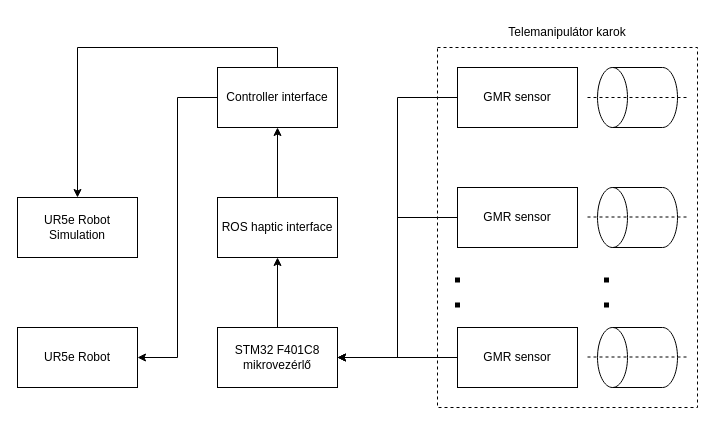
Before: page "1 oldal" (1 of 8) of Thesis/Diploma_thesis/figures/Diagrammok/telemanipulator.drawio in bodnarbe/Diploma_H2JC4M, a draw.io diagram. Source tidied: cells renumbered, new cells numbered last; positions are measured from the earlier drawing's top-left corner, leaving out a move shared by most shapes. Both pictures are drawn from the tidied source at 100%, with x=0, y=0 at pixel (17, 17).
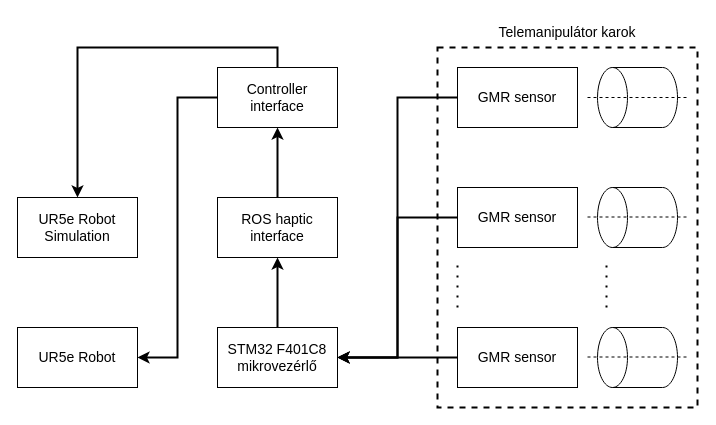
The same page after the edit.

What changed in the source:
```diff
@@
+    <mxCell id="25" style="rounded=0;whiteSpace=wrap;html=1;fillColor=none;dashed=1;fontSize=14;strokeWidth=2;" parent="1" vertex="1">
+      <mxGeometry x="420" y="30" width="260" height="360" as="geometry" />
+    </mxCell>
-    <mxCell id="2" style="edgeStyle=orthogonalEdgeStyle;rounded=0;jettySize=auto;html=1;exitX=0.5;exitY=0;exitDx=0;exitDy=0;entryX=0.5;entryY=1;entryDx=0;entryDy=0;" parent="1" edge="1" source="3" target="16">
+    <mxCell id="2" style="edgeStyle=orthogonalEdgeStyle;rounded=0;jettySize=auto;html=1;exitX=0.5;exitY=0;exitDx=0;exitDy=0;entryX=0.5;entryY=1;entryDx=0;entryDy=0;fontSize=14;strokeWidth=2;" parent="1" edge="1" source="3" target="16">
       <mxGeometry relative="1" as="geometry" />
     </mxCell>
-    <mxCell id="3" value="STM32 F401C8 mikrovezérlő" style="rounded=0;whiteSpace=wrap;html=1;" parent="1" vertex="1">
+    <mxCell id="3" value="STM32 F401C8 mikrovezérlő" style="rounded=0;whiteSpace=wrap;html=1;fontSize=14;" parent="1" vertex="1">
       <mxGeometry x="200" y="310" width="120" height="60" as="geometry" />
     </mxCell>
-    <mxCell id="4" style="edgeStyle=orthogonalEdgeStyle;rounded=0;jettySize=auto;html=1;exitX=0;exitY=0.5;exitDx=0;exitDy=0;entryX=1;entryY=0.5;entryDx=0;entryDy=0;" parent="1" edge="1" source="5" target="3">
+    <mxCell id="4" style="edgeStyle=orthogonalEdgeStyle;rounded=0;jettySize=auto;html=1;exitX=0;exitY=0.5;exitDx=0;exitDy=0;entryX=1;entryY=0.5;entryDx=0;entryDy=0;fontSize=14;strokeWidth=2;" parent="1" edge="1" source="5" target="3">
       <mxGeometry relative="1" as="geometry" />
     </mxCell>
-    <mxCell id="5" value="GMR sensor" style="rounded=0;whiteSpace=wrap;html=1;" parent="1" vertex="1">
+    <mxCell id="5" value="GMR sensor" style="rounded=0;whiteSpace=wrap;html=1;fontSize=14;" parent="1" vertex="1">
       <mxGeometry x="440" y="50" width="120" height="60" as="geometry" />
     </mxCell>
-    <mxCell id="6" style="shape=cylinder3;whiteSpace=wrap;html=1;boundedLbl=1;backgroundOutline=1;size=15;rotation=-90;" parent="1" vertex="1">
+    <mxCell id="6" style="shape=cylinder3;whiteSpace=wrap;html=1;boundedLbl=1;backgroundOutline=1;size=15;rotation=-90;fontSize=14;" parent="1" vertex="1">
       <mxGeometry x="590" y="40" width="60" height="80" as="geometry" />
     </mxCell>
-    <mxCell id="7" style="edgeStyle=orthogonalEdgeStyle;rounded=0;jettySize=auto;html=1;exitX=0;exitY=0.5;exitDx=0;exitDy=0;entryX=1;entryY=0.5;entryDx=0;entryDy=0;" parent="1" edge="1" source="8" target="3">
+    <mxCell id="7" style="edgeStyle=orthogonalEdgeStyle;rounded=0;jettySize=auto;html=1;exitX=0;exitY=0.5;exitDx=0;exitDy=0;entryX=1;entryY=0.5;entryDx=0;entryDy=0;fontSize=14;strokeWidth=2;" parent="1" edge="1" source="8" target="3">
       <mxGeometry relative="1" as="geometry" />
     </mxCell>
-    <mxCell id="8" value="GMR sensor" style="rounded=0;whiteSpace=wrap;html=1;" parent="1" vertex="1">
+    <mxCell id="8" value="GMR sensor" style="rounded=0;whiteSpace=wrap;html=1;fontSize=14;" parent="1" vertex="1">
       <mxGeometry x="440" y="170" width="120" height="60" as="geometry" />
     </mxCell>
-    <mxCell id="9" style="shape=cylinder3;whiteSpace=wrap;html=1;boundedLbl=1;backgroundOutline=1;size=15;rotation=-90;" parent="1" vertex="1">
+    <mxCell id="9" style="shape=cylinder3;whiteSpace=wrap;html=1;boundedLbl=1;backgroundOutline=1;size=15;rotation=-90;fontSize=14;" parent="1" vertex="1">
       <mxGeometry x="590" y="160" width="60" height="80" as="geometry" />
     </mxCell>
-    <mxCell id="10" style="edgeStyle=orthogonalEdgeStyle;rounded=0;jettySize=auto;html=1;exitX=0;exitY=0.5;exitDx=0;exitDy=0;entryX=1;entryY=0.5;entryDx=0;entryDy=0;" parent="1" edge="1" source="11" target="3">
+    <mxCell id="10" style="edgeStyle=orthogonalEdgeStyle;rounded=0;jettySize=auto;html=1;exitX=0;exitY=0.5;exitDx=0;exitDy=0;entryX=1;entryY=0.5;entryDx=0;entryDy=0;fontSize=14;strokeWidth=2;" parent="1" edge="1" source="11" target="3">
       <mxGeometry relative="1" as="geometry" />
     </mxCell>
-    <mxCell id="11" value="GMR sensor" style="rounded=0;whiteSpace=wrap;html=1;" parent="1" vertex="1">
+    <mxCell id="11" value="GMR sensor" style="rounded=0;whiteSpace=wrap;html=1;fontSize=14;" parent="1" vertex="1">
       <mxGeometry x="440" y="310" width="120" height="60" as="geometry" />
     </mxCell>
-    <mxCell id="12" style="shape=cylinder3;whiteSpace=wrap;html=1;boundedLbl=1;backgroundOutline=1;size=15;rotation=-90;" parent="1" vertex="1">
+    <mxCell id="12" style="shape=cylinder3;whiteSpace=wrap;html=1;boundedLbl=1;backgroundOutline=1;size=15;rotation=-90;fontSize=14;" parent="1" vertex="1">
       <mxGeometry x="590" y="300" width="60" height="80" as="geometry" />
     </mxCell>
-    <mxCell id="13" style="endArrow=none;dashed=1;html=1;rounded=0;strokeWidth=5;dashPattern=1 4;" parent="1" edge="1">
+    <mxCell id="13" style="endArrow=none;dashed=1;html=1;rounded=0;strokeWidth=2;dashPattern=1 4;fontSize=14;" parent="1" edge="1">
       <mxGeometry relative="1" as="geometry">
         <mxPoint x="440" y="290" as="sourcePoint" />
         <mxPoint x="440" y="240" as="targetPoint" />
       </mxGeometry>
     </mxCell>
-    <mxCell id="14" style="endArrow=none;dashed=1;html=1;rounded=0;strokeWidth=5;dashPattern=1 4;" parent="1" edge="1">
+    <mxCell id="14" style="endArrow=none;dashed=1;html=1;rounded=0;strokeWidth=2;dashPattern=1 4;fontSize=14;" parent="1" edge="1">
       <mxGeometry relative="1" as="geometry">
         <mxPoint x="589" y="290" as="sourcePoint" />
         <mxPoint x="589" y="240" as="targetPoint" />
       </mxGeometry>
     </mxCell>
-    <mxCell id="15" style="edgeStyle=orthogonalEdgeStyle;rounded=0;jettySize=auto;html=1;exitX=0.5;exitY=0;exitDx=0;exitDy=0;entryX=0.5;entryY=1;entryDx=0;entryDy=0;" parent="1" edge="1" source="16" target="21">
+    <mxCell id="15" style="edgeStyle=orthogonalEdgeStyle;rounded=0;jettySize=auto;html=1;exitX=0.5;exitY=0;exitDx=0;exitDy=0;entryX=0.5;entryY=1;entryDx=0;entryDy=0;fontSize=14;strokeWidth=2;" parent="1" edge="1" source="16" target="21">
       <mxGeometry relative="1" as="geometry" />
     </mxCell>
-    <mxCell id="16" value="ROS haptic interface" style="rounded=0;whiteSpace=wrap;html=1;" parent="1" vertex="1">
+    <mxCell id="16" value="ROS haptic interface" style="rounded=0;whiteSpace=wrap;html=1;fontSize=14;" parent="1" vertex="1">
       <mxGeometry x="200" y="180" width="120" height="60" as="geometry" />
     </mxCell>
-    <mxCell id="17" value="UR5e Robot" style="rounded=0;whiteSpace=wrap;html=1;" parent="1" vertex="1">
+    <mxCell id="17" value="UR5e Robot" style="rounded=0;whiteSpace=wrap;html=1;fontSize=14;" parent="1" vertex="1">
       <mxGeometry y="310" width="120" height="60" as="geometry" />
     </mxCell>
-    <mxCell id="18" value="UR5e Robot Simulation" style="rounded=0;whiteSpace=wrap;html=1;" parent="1" vertex="1">
+    <mxCell id="18" value="UR5e Robot Simulation" style="rounded=0;whiteSpace=wrap;html=1;fontSize=14;" parent="1" vertex="1">
       <mxGeometry y="180" width="120" height="60" as="geometry" />
     </mxCell>
-    <mxCell id="19" style="edgeStyle=orthogonalEdgeStyle;rounded=0;jettySize=auto;html=1;exitX=0;exitY=0.5;exitDx=0;exitDy=0;entryX=1;entryY=0.5;entryDx=0;entryDy=0;" parent="1" edge="1" source="21" target="17">
+    <mxCell id="19" style="edgeStyle=orthogonalEdgeStyle;rounded=0;jettySize=auto;html=1;exitX=0;exitY=0.5;exitDx=0;exitDy=0;entryX=1;entryY=0.5;entryDx=0;entryDy=0;fontSize=14;strokeWidth=2;" parent="1" edge="1" source="21" target="17">
       <mxGeometry relative="1" as="geometry" />
     </mxCell>
-    <mxCell id="20" style="edgeStyle=orthogonalEdgeStyle;rounded=0;jettySize=auto;html=1;exitX=0.5;exitY=0;exitDx=0;exitDy=0;entryX=0.5;entryY=0;entryDx=0;entryDy=0;" parent="1" edge="1" source="21" target="18">
+    <mxCell id="20" style="edgeStyle=orthogonalEdgeStyle;rounded=0;jettySize=auto;html=1;exitX=0.5;exitY=0;exitDx=0;exitDy=0;entryX=0.5;entryY=0;entryDx=0;entryDy=0;fontSize=14;strokeWidth=2;" parent="1" edge="1" source="21" target="18">
       <mxGeometry relative="1" as="geometry" />
     </mxCell>
-    <mxCell id="21" value="Controller interface" style="rounded=0;whiteSpace=wrap;html=1;" parent="1" vertex="1">
+    <mxCell id="21" value="Controller interface" style="rounded=0;whiteSpace=wrap;html=1;fontSize=14;" parent="1" vertex="1">
       <mxGeometry x="200" y="50" width="120" height="60" as="geometry" />
     </mxCell>
-    <mxCell id="22" style="endArrow=none;dashed=1;html=1;rounded=0;" parent="1" edge="1">
+    <mxCell id="22" style="endArrow=none;dashed=1;html=1;rounded=0;fontSize=14;" parent="1" edge="1">
       <mxGeometry relative="1" as="geometry">
         <mxPoint x="570" y="80" as="sourcePoint" />
         <mxPoint x="670" y="80" as="targetPoint" />
       </mxGeometry>
     </mxCell>
-    <mxCell id="23" style="endArrow=none;dashed=1;html=1;rounded=0;" parent="1" edge="1">
+    <mxCell id="23" style="endArrow=none;dashed=1;html=1;rounded=0;fontSize=14;" parent="1" edge="1">
       <mxGeometry relative="1" as="geometry">
         <mxPoint x="570" y="199.5" as="sourcePoint" />
         <mxPoint x="670" y="199.5" as="targetPoint" />
       </mxGeometry>
     </mxCell>
-    <mxCell id="24" style="endArrow=none;dashed=1;html=1;rounded=0;" parent="1" edge="1">
+    <mxCell id="24" style="endArrow=none;dashed=1;html=1;rounded=0;fontSize=14;" parent="1" edge="1">
       <mxGeometry relative="1" as="geometry">
         <mxPoint x="570" y="339.5" as="sourcePoint" />
         <mxPoint x="670" y="339.5" as="targetPoint" />
       </mxGeometry>
     </mxCell>
-    <mxCell id="25" style="rounded=0;whiteSpace=wrap;html=1;fillColor=none;dashed=1;" parent="1" vertex="1">
-      <mxGeometry x="420" y="30" width="260" height="360" as="geometry" />
-    </mxCell>
-    <mxCell id="26" value="Telemanipulátor karok" style="text;html=1;strokeColor=none;fillColor=none;align=center;verticalAlign=middle;whiteSpace=wrap;rounded=0;" parent="1" vertex="1">
+    <mxCell id="26" value="Telemanipulátor karok" style="text;html=1;strokeColor=none;fillColor=none;align=center;verticalAlign=middle;whiteSpace=wrap;rounded=0;fontSize=14;" parent="1" vertex="1">
       <mxGeometry x="420" width="260" height="30" as="geometry" />
     </mxCell>
```
